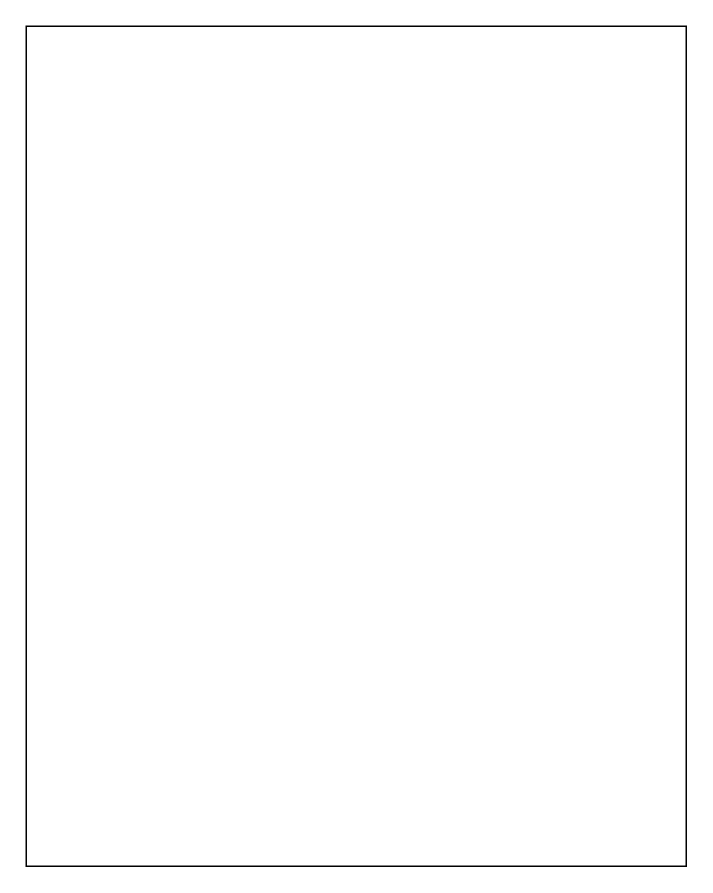
This is page "Fig-8" (8 of 10) of USE-CASE_Diagram_Franco.drawio from Chels013/Breedr-Diagrams, a draw.io file, before an edit. Source tidied: cells renumbered, new cells numbered last; positions are measured from the earlier drawing's top-left corner, leaving out a move shared by most shapes. Both pictures are drawn from the tidied source at 150%, with x=0, y=0 at pixel (26, 26).
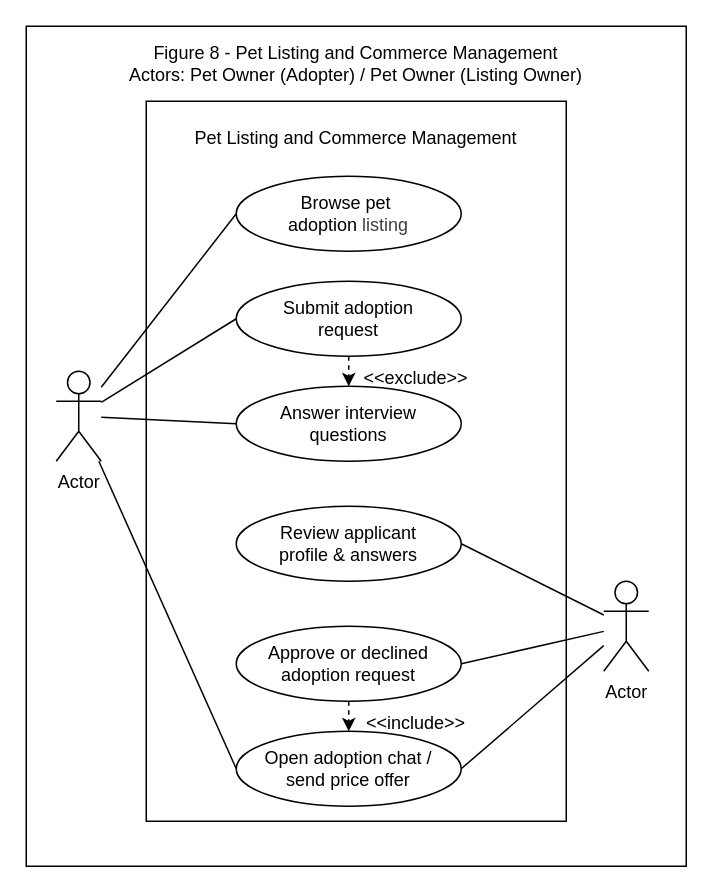
Above is the later version.

Commit message:
i draw the figure 8, Pet Listing and Commerce Management

Change to the diagram source:
```diff
@@
+    <mxCell id="3" style="rounded=0;whiteSpace=wrap;html=1;" parent="1" vertex="1">
+      <mxGeometry x="80" y="50" width="280" height="480" as="geometry" />
+    </mxCell>
+    <mxCell id="4" value="Actor" style="shape=umlActor;verticalLabelPosition=bottom;verticalAlign=top;html=1;outlineConnect=0;" parent="1" vertex="1">
+      <mxGeometry x="20" y="230" width="30" height="60" as="geometry" />
+    </mxCell>
+    <mxCell id="5" value="Actor" style="shape=umlActor;verticalLabelPosition=bottom;verticalAlign=top;html=1;outlineConnect=0;" parent="1" vertex="1">
+      <mxGeometry x="385" y="370" width="30" height="60" as="geometry" />
+    </mxCell>
+    <mxCell id="6" value="Figure 8 - Pet Listing and Commerce Management&lt;div&gt;Actors: Pet Owner (Adopter) / Pet Owner (Listing Owner)&lt;/div&gt;" style="text;html=1;align=center;verticalAlign=middle;whiteSpace=wrap;rounded=0;" parent="1" vertex="1">
+      <mxGeometry x="30" y="10" width="380" height="30" as="geometry" />
+    </mxCell>
+    <mxCell id="7" value="&lt;span style=&quot;color: rgb(0, 0, 0);&quot;&gt;Pet Listing and Commerce Management&lt;/span&gt;" style="text;html=1;align=center;verticalAlign=middle;whiteSpace=wrap;rounded=0;" parent="1" vertex="1">
+      <mxGeometry x="100" y="60" width="240" height="30" as="geometry" />
+    </mxCell>
+    <mxCell id="8" value="Browse pet&amp;nbsp;&lt;div&gt;adoption&amp;nbsp;&lt;span style=&quot;color: rgb(63, 63, 63); background-color: transparent;&quot;&gt;listing&lt;/span&gt;&lt;/div&gt;" style="ellipse;whiteSpace=wrap;html=1;" parent="1" vertex="1">
+      <mxGeometry x="140" y="100" width="150" height="50" as="geometry" />
+    </mxCell>
+    <mxCell id="9" value="Submit adoption&lt;div&gt;request&lt;/div&gt;" style="ellipse;whiteSpace=wrap;html=1;" parent="1" vertex="1">
+      <mxGeometry x="140" y="170" width="150" height="50" as="geometry" />
+    </mxCell>
+    <mxCell id="10" value="Answer interview&lt;div&gt;questions&lt;/div&gt;" style="ellipse;whiteSpace=wrap;html=1;" parent="1" vertex="1">
+      <mxGeometry x="140" y="240" width="150" height="50" as="geometry" />
+    </mxCell>
+    <mxCell id="11" value="Review applicant&lt;div&gt;profile &amp;amp; answers&lt;/div&gt;" style="ellipse;whiteSpace=wrap;html=1;" parent="1" vertex="1">
+      <mxGeometry x="140" y="320" width="150" height="50" as="geometry" />
+    </mxCell>
+    <mxCell id="12" value="Approve or declined&lt;div&gt;adoption request&lt;/div&gt;" style="ellipse;whiteSpace=wrap;html=1;" parent="1" vertex="1">
+      <mxGeometry x="140" y="400" width="150" height="50" as="geometry" />
+    </mxCell>
+    <mxCell id="13" value="Open adoption chat /&lt;div&gt;send price offer&lt;/div&gt;" style="ellipse;whiteSpace=wrap;html=1;" parent="1" vertex="1">
+      <mxGeometry x="140" y="470" width="150" height="50" as="geometry" />
+    </mxCell>
+    <mxCell id="14" style="html=1;labelBackgroundColor=#ffffff;startArrow=none;startFill=0;startSize=6;endArrow=classic;endFill=1;endSize=6;jettySize=auto;strokeWidth=1;dashed=1;fontSize=14;entryX=0.5;entryY=0;entryDx=0;entryDy=0;exitX=0.5;exitY=1;exitDx=0;exitDy=0;" parent="1" edge="1" source="9" target="10">
+      <mxGeometry relative="1" as="geometry" />
+    </mxCell>
+    <mxCell id="15" style="html=1;labelBackgroundColor=#ffffff;startArrow=none;startFill=0;startSize=6;endArrow=classic;endFill=1;endSize=6;jettySize=auto;strokeWidth=1;dashed=1;fontSize=14;entryX=0.5;entryY=0;entryDx=0;entryDy=0;exitX=0.5;exitY=1;exitDx=0;exitDy=0;" parent="1" edge="1" source="12" target="13">
+      <mxGeometry relative="1" as="geometry" />
+    </mxCell>
+    <mxCell id="16" value="&amp;lt;&amp;lt;include&amp;gt;&amp;gt;" style="text;html=1;align=center;verticalAlign=middle;whiteSpace=wrap;rounded=0;" parent="1" vertex="1">
+      <mxGeometry x="230" y="450" width="60" height="30" as="geometry" />
+    </mxCell>
+    <mxCell id="17" value="&amp;lt;&amp;lt;exclude&amp;gt;&amp;gt;" style="text;html=1;align=center;verticalAlign=middle;whiteSpace=wrap;rounded=0;" parent="1" vertex="1">
+      <mxGeometry x="230" y="220" width="60" height="30" as="geometry" />
+    </mxCell>
+    <mxCell id="18" style="endArrow=none;html=1;entryX=0;entryY=0.5;entryDx=0;entryDy=0;" parent="1" edge="1" source="4" target="8">
+      <mxGeometry relative="1" as="geometry" />
+    </mxCell>
+    <mxCell id="19" style="endArrow=none;html=1;entryX=0;entryY=0.5;entryDx=0;entryDy=0;" parent="1" edge="1" source="4" target="9">
+      <mxGeometry relative="1" as="geometry" />
+    </mxCell>
+    <mxCell id="20" style="endArrow=none;html=1;entryX=0;entryY=0.5;entryDx=0;entryDy=0;" parent="1" edge="1" source="4" target="10">
+      <mxGeometry relative="1" as="geometry" />
+    </mxCell>
+    <mxCell id="21" style="endArrow=none;html=1;entryX=0;entryY=0.5;entryDx=0;entryDy=0;" parent="1" edge="1" source="4" target="13">
+      <mxGeometry relative="1" as="geometry" />
+    </mxCell>
+    <mxCell id="22" style="endArrow=none;html=1;exitX=1;exitY=0.5;exitDx=0;exitDy=0;" parent="1" edge="1" source="13" target="5">
+      <mxGeometry relative="1" as="geometry" />
+    </mxCell>
+    <mxCell id="23" style="endArrow=none;html=1;exitX=1;exitY=0.5;exitDx=0;exitDy=0;" parent="1" edge="1" source="12" target="5">
+      <mxGeometry relative="1" as="geometry" />
+    </mxCell>
+    <mxCell id="24" style="endArrow=none;html=1;exitX=1;exitY=0.5;exitDx=0;exitDy=0;" parent="1" edge="1" source="11" target="5">
+      <mxGeometry relative="1" as="geometry" />
+    </mxCell>
```
